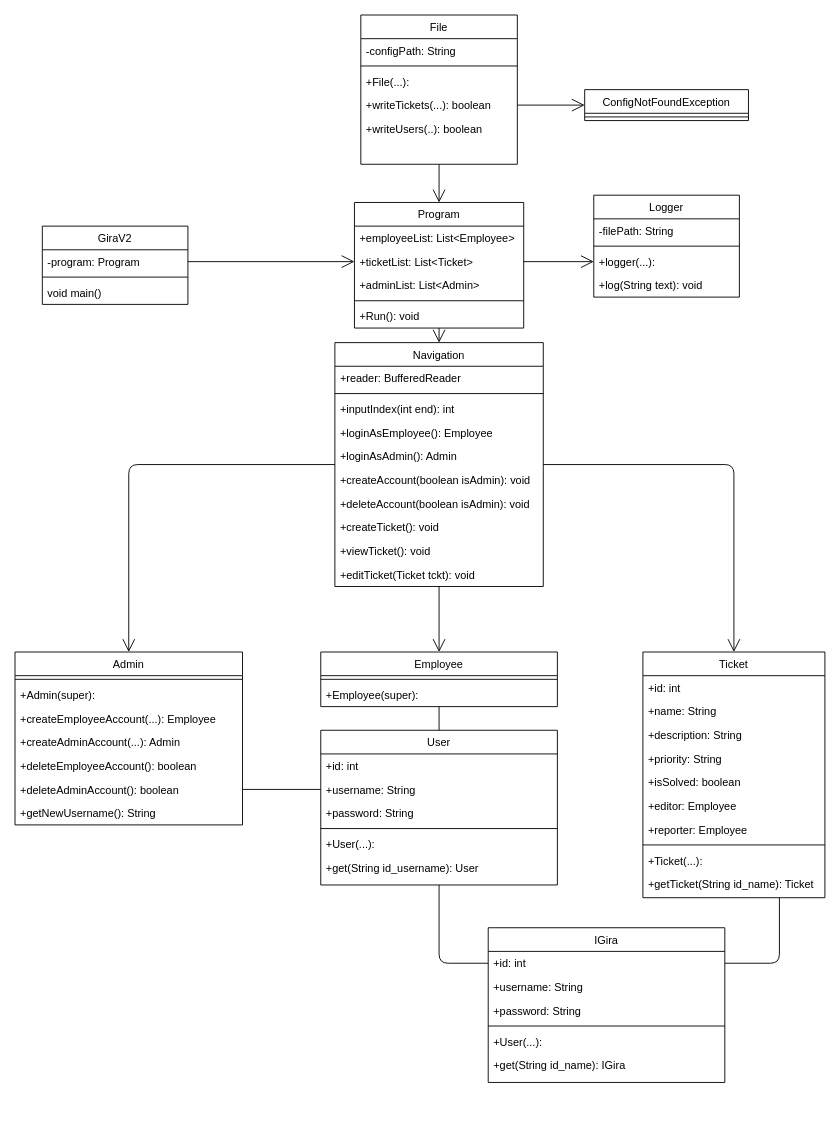
The draw.io diagram Documentation/Diagrams/Class Diagram/Class Diagram.drawio in baltermia/Gira-ConsoleV2, before the edit. Source tidied: cells renumbered, new cells numbered last; positions are measured from the earlier drawing's top-left corner, leaving out a move shared by most shapes. Both pictures are drawn from the tidied source at 91%, with x=0, y=0 at pixel (15, 15).
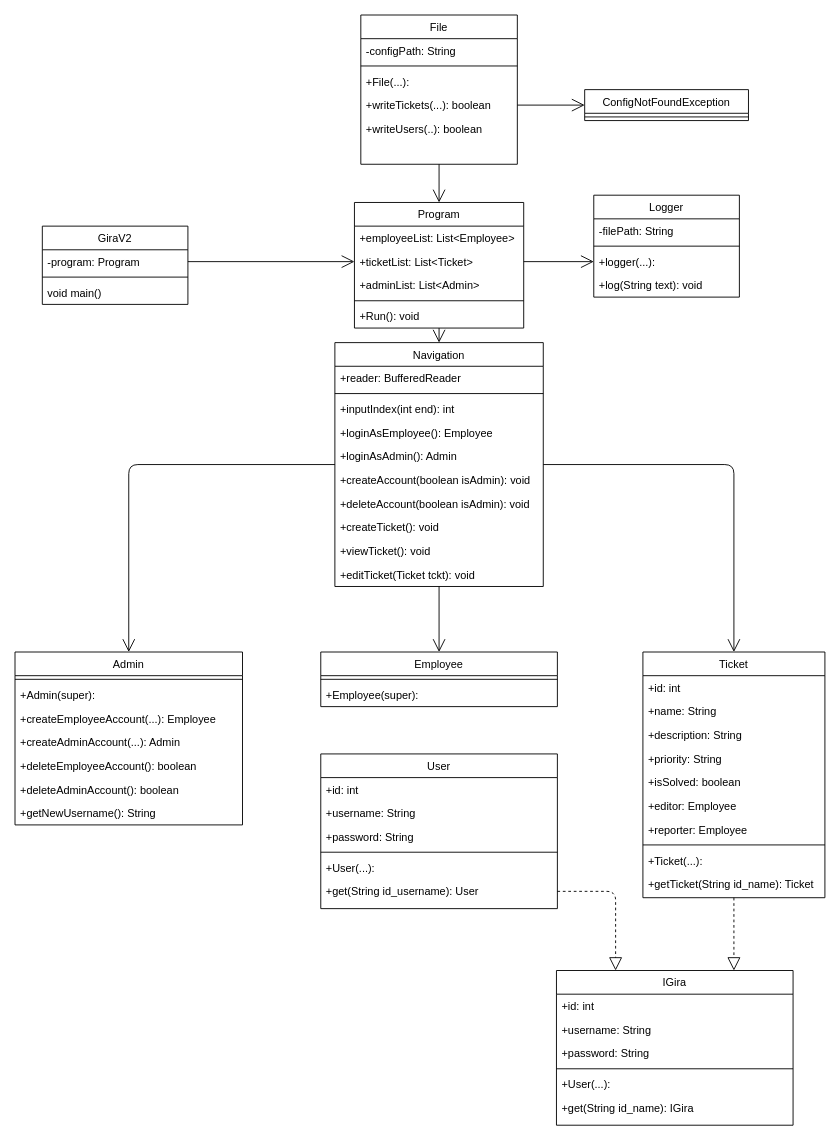
The same page after the edit.

The change refers to these unchanged cells:
```xml
<mxCell id="8" value="+deleteAdminAccount(): boolean" style="text;align=left;verticalAlign=top;spacingLeft=4;spacingRight=4;overflow=hidden;points=[[0,0.5],[1,0.5]];portConstraint=eastwest;" parent="2" vertex="1">
  <mxGeometry y="138" width="250" height="26" as="geometry" />
</mxCell>
<mxCell id="14" value="Employee" style="swimlane;fontStyle=0;align=center;verticalAlign=top;horizontal=1;startSize=26;rounded=0;shadow=0;strokeWidth=1;" parent="1" vertex="1">
  <mxGeometry x="336" y="700" width="260" height="60" as="geometry" />
</mxCell>
<mxCell id="17" value="Ticket" style="swimlane;fontStyle=0;align=center;verticalAlign=top;horizontal=1;startSize=26;rounded=0;shadow=0;strokeWidth=1;" parent="1" vertex="1">
  <mxGeometry x="690" y="700" width="200" height="270" as="geometry" />
</mxCell>
<mxCell id="68" value="+username: String" style="text;align=left;verticalAlign=top;spacingLeft=4;spacingRight=4;overflow=hidden;points=[[0,0.5],[1,0.5]];portConstraint=eastwest;rounded=0;shadow=0;html=0;" parent="66" vertex="1">
  <mxGeometry y="52" width="260" height="26" as="geometry" />
</mxCell>
<mxCell id="72" value="+get(String id_username): User" style="text;align=left;verticalAlign=top;spacingLeft=4;spacingRight=4;overflow=hidden;points=[[0,0.5],[1,0.5]];portConstraint=eastwest;" parent="66" vertex="1">
  <mxGeometry y="138" width="260" height="26" as="geometry" />
</mxCell>
<mxCell id="75" value="+id: int" style="text;align=left;verticalAlign=top;spacingLeft=4;spacingRight=4;overflow=hidden;points=[[0,0.5],[1,0.5]];portConstraint=eastwest;rounded=0;shadow=0;html=0;" parent="74" vertex="1">
  <mxGeometry y="26" width="260" height="26" as="geometry" />
</mxCell>
```

Diff of the diagram source:
```diff
@@
     <mxCell id="66" value="User" style="swimlane;fontStyle=0;align=center;verticalAlign=top;horizontal=1;startSize=26;rounded=0;shadow=0;strokeWidth=1;" parent="1" vertex="1">
-      <mxGeometry x="336" y="786" width="260" height="170" as="geometry" />
+      <mxGeometry x="336" y="812" width="260" height="170" as="geometry" />
     </mxCell>
@@
-    <mxCell id="73" style="endArrow=none;html=1;exitX=0.5;exitY=1;exitDx=0;exitDy=0;entryX=0.5;entryY=0;entryDx=0;entryDy=0;" parent="1" edge="1" source="14" target="66">
-      <mxGeometry relative="1" as="geometry" />
-    </mxCell>
     <mxCell id="74" value="IGira" style="swimlane;fontStyle=0;align=center;verticalAlign=top;horizontal=1;startSize=26;rounded=0;shadow=0;strokeWidth=1;" parent="1" vertex="1">
-      <mxGeometry x="520" y="1003" width="260" height="170" as="geometry" />
+      <mxGeometry x="595" y="1050" width="260" height="170" as="geometry" />
     </mxCell>
@@
-    <mxCell id="81" style="endArrow=none;html=1;exitX=1;exitY=0.5;exitDx=0;exitDy=0;entryX=0;entryY=0.5;entryDx=0;entryDy=0;" parent="1" edge="1" source="8" target="68">
-      <mxGeometry relative="1" as="geometry" />
-    </mxCell>
-    <mxCell id="82" style="endArrow=none;html=1;exitX=0.5;exitY=1;exitDx=0;exitDy=0;entryX=0;entryY=0.5;entryDx=0;entryDy=0;" parent="1" edge="1" source="66" target="75">
-      <mxGeometry relative="1" as="geometry">
-        <Array as="points">
-          <mxPoint x="466" y="1042" />
-        </Array>
-      </mxGeometry>
-    </mxCell>
-    <mxCell id="83" style="endArrow=none;html=1;exitX=0.75;exitY=1;exitDx=0;exitDy=0;entryX=1;entryY=0.5;entryDx=0;entryDy=0;" parent="1" edge="1" source="17" target="75">
-      <mxGeometry relative="1" as="geometry">
-        <Array as="points">
-          <mxPoint x="840" y="1042" />
-        </Array>
-      </mxGeometry>
-    </mxCell>
+    <mxCell id="84" style="endArrow=block;dashed=1;endFill=0;endSize=12;html=1;exitX=1;exitY=0.5;exitDx=0;exitDy=0;entryX=0.25;entryY=0;entryDx=0;entryDy=0;" parent="1" edge="1" source="72" target="74">
+      <mxGeometry relative="1" as="geometry">
+        <Array as="points">
+          <mxPoint x="660" y="963" />
+        </Array>
+      </mxGeometry>
+    </mxCell>
+    <mxCell id="85" style="endArrow=block;dashed=1;endFill=0;endSize=12;html=1;exitX=0.5;exitY=1;exitDx=0;exitDy=0;entryX=0.75;entryY=0;entryDx=0;entryDy=0;" parent="1" edge="1" source="17" target="74">
+      <mxGeometry relative="1" as="geometry" />
+    </mxCell>
```
